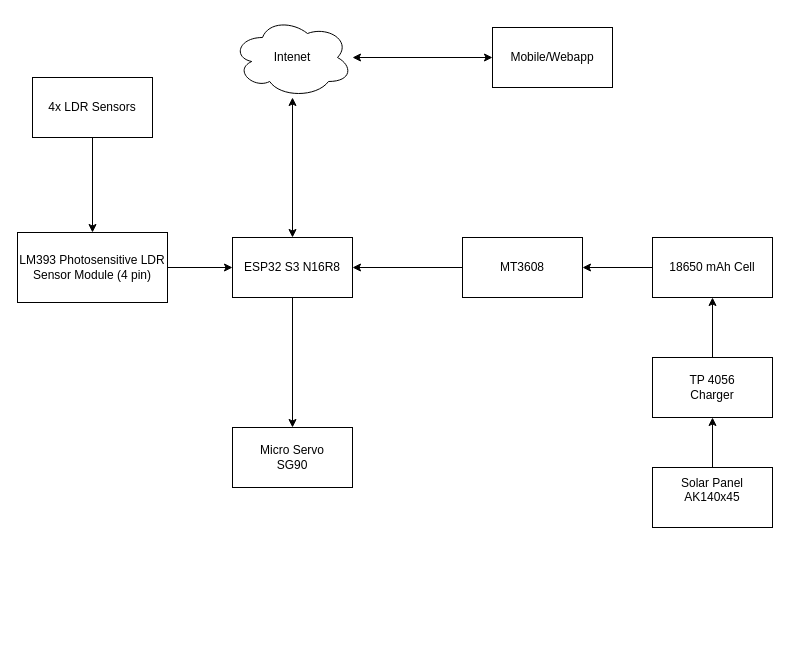
The draw.io diagram Block Diagram/Block_diagram_solar_panel.drawio in MaxxAlan/SolarController, before the edit. Source tidied: cells renumbered, new cells numbered last; positions are measured from the earlier drawing's top-left corner, leaving out a move shared by most shapes. Both pictures are drawn from the tidied source at 100%, with x=0, y=0 at pixel (17, 17).
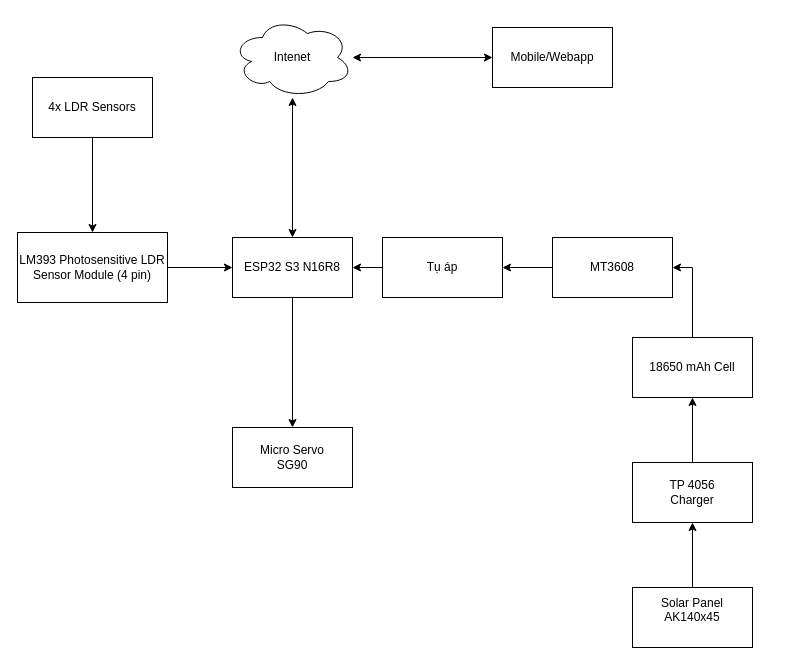
After the change.

Unchanged cells that the change refers to:
```xml
<mxCell id="4" value="ESP32 S3 N16R8" style="rounded=0;whiteSpace=wrap;html=1;" parent="1" vertex="1">
  <mxGeometry x="215" y="220" width="120" height="60" as="geometry" />
</mxCell>
```

Change to the diagram source:
```diff
@@
     <mxCell id="9" value="Solar Panel&lt;br&gt;AK140x45&lt;div&gt;&lt;br&gt;&lt;/div&gt;" style="rounded=0;whiteSpace=wrap;html=1;" parent="1" vertex="1">
-      <mxGeometry x="635" y="450" width="120" height="60" as="geometry" />
+      <mxGeometry x="615" y="570" width="120" height="60" as="geometry" />
     </mxCell>
@@
     <mxCell id="15" value="18650 mAh Cell" style="rounded=0;whiteSpace=wrap;html=1;" parent="1" vertex="1">
-      <mxGeometry x="635" y="220" width="120" height="60" as="geometry" />
+      <mxGeometry x="615" y="320" width="120" height="60" as="geometry" />
     </mxCell>
-    <mxCell id="16" style="edgeStyle=orthogonalEdgeStyle;rounded=0;jettySize=auto;html=1;entryX=1;entryY=0.5;entryDx=0;entryDy=0;" parent="1" edge="1" source="17" target="4">
-      <mxGeometry relative="1" as="geometry" />
-    </mxCell>
+    <mxCell id="21" style="edgeStyle=orthogonalEdgeStyle;rounded=0;jettySize=auto;html=1;entryX=1;entryY=0.5;entryDx=0;entryDy=0;" parent="1" edge="1" source="17" target="23">
+      <mxGeometry relative="1" as="geometry" />
+    </mxCell>
     <mxCell id="17" value="MT3608" style="rounded=0;whiteSpace=wrap;html=1;" parent="1" vertex="1">
-      <mxGeometry x="445" y="220" width="120" height="60" as="geometry" />
+      <mxGeometry x="535" y="220" width="120" height="60" as="geometry" />
     </mxCell>
     <mxCell id="18" value="TP 4056&lt;br&gt;Charger" style="rounded=0;whiteSpace=wrap;html=1;" parent="1" vertex="1">
-      <mxGeometry x="635" y="340" width="120" height="60" as="geometry" />
+      <mxGeometry x="615" y="445" width="120" height="60" as="geometry" />
     </mxCell>
@@
+    <mxCell id="22" style="edgeStyle=orthogonalEdgeStyle;rounded=0;jettySize=auto;html=1;entryX=1;entryY=0.5;entryDx=0;entryDy=0;" parent="1" edge="1" source="23" target="4">
+      <mxGeometry relative="1" as="geometry" />
+    </mxCell>
+    <mxCell id="23" value="Tụ áp" style="rounded=0;whiteSpace=wrap;html=1;" parent="1" vertex="1">
+      <mxGeometry x="365" y="220" width="120" height="60" as="geometry" />
+    </mxCell>
```
